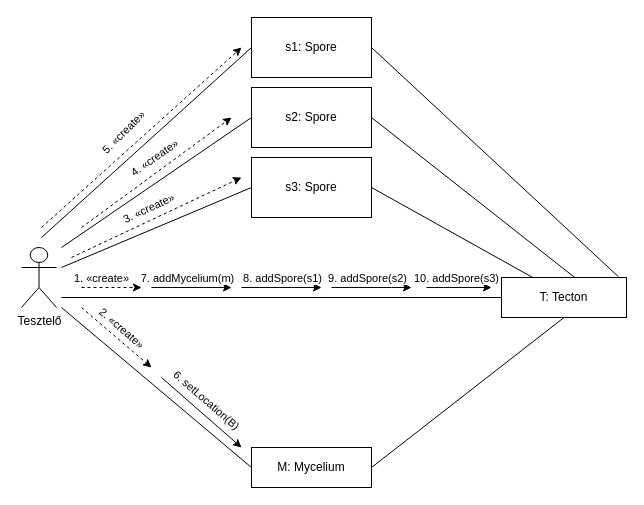
The draw.io diagram page "MBGrowKomm" (2 of 14) of 5_szkeleton_terv/BJ Mycelium & MushroomBody Komm&Seq .drawio in koharzsombor/bandITs, before the edit. Source tidied: cells renumbered, new cells numbered last; positions are measured from the earlier drawing's top-left corner, leaving out a move shared by most shapes. Both pictures are drawn from the tidied source at 100%, with x=0, y=0 at pixel (21, 17).
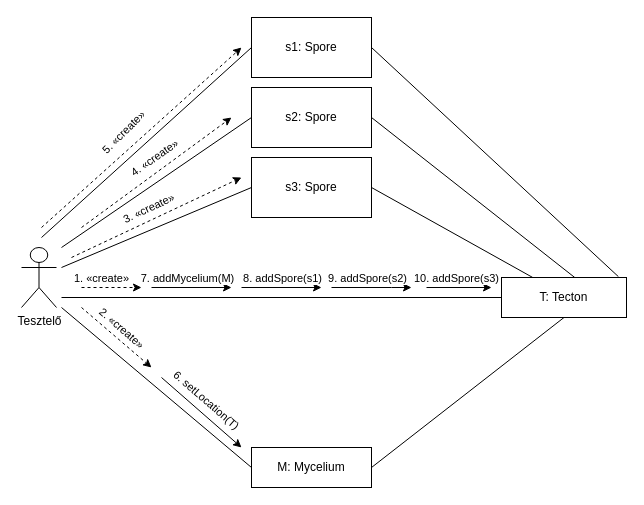
Above is the later version.

Unchanged cells that the change refers to:
```xml
<mxCell id="11" style="endArrow=classic;html=1;rounded=0;" parent="1" edge="1">
  <mxGeometry relative="1" as="geometry">
    <mxPoint x="140" y="360" as="sourcePoint" />
    <mxPoint x="220" y="430" as="targetPoint" />
  </mxGeometry>
</mxCell>
<mxCell id="20" style="endArrow=classic;html=1;rounded=0;" parent="1" edge="1">
  <mxGeometry relative="1" as="geometry">
    <mxPoint x="130" y="270" as="sourcePoint" />
    <mxPoint x="210" y="270" as="targetPoint" />
  </mxGeometry>
</mxCell>
```

Diff of the diagram source:
```diff
@@
-    <mxCell id="12" value="6. setLocation(B)" style="edgeLabel;html=1;align=center;verticalAlign=middle;rotation=41;" parent="11" vertex="1">
+    <mxCell id="12" value="6. setLocation(T)" style="edgeLabel;html=1;align=center;verticalAlign=middle;rotation=41;" parent="11" vertex="1">
       <mxGeometry x="0.29" y="-1" relative="1" as="geometry">
         <mxPoint x="-6" y="-24" as="offset" />
       </mxGeometry>
     </mxCell>
@@
-    <mxCell id="21" value="7. addMycelium(m)" style="edgeLabel;html=1;align=center;verticalAlign=middle;" parent="20" vertex="1">
+    <mxCell id="21" value="7. addMycelium(M)" style="edgeLabel;html=1;align=center;verticalAlign=middle;" parent="20" vertex="1">
       <mxGeometry x="-0.17" y="-1" relative="1" as="geometry">
         <mxPoint x="2" y="-11" as="offset" />
       </mxGeometry>
     </mxCell>
```
